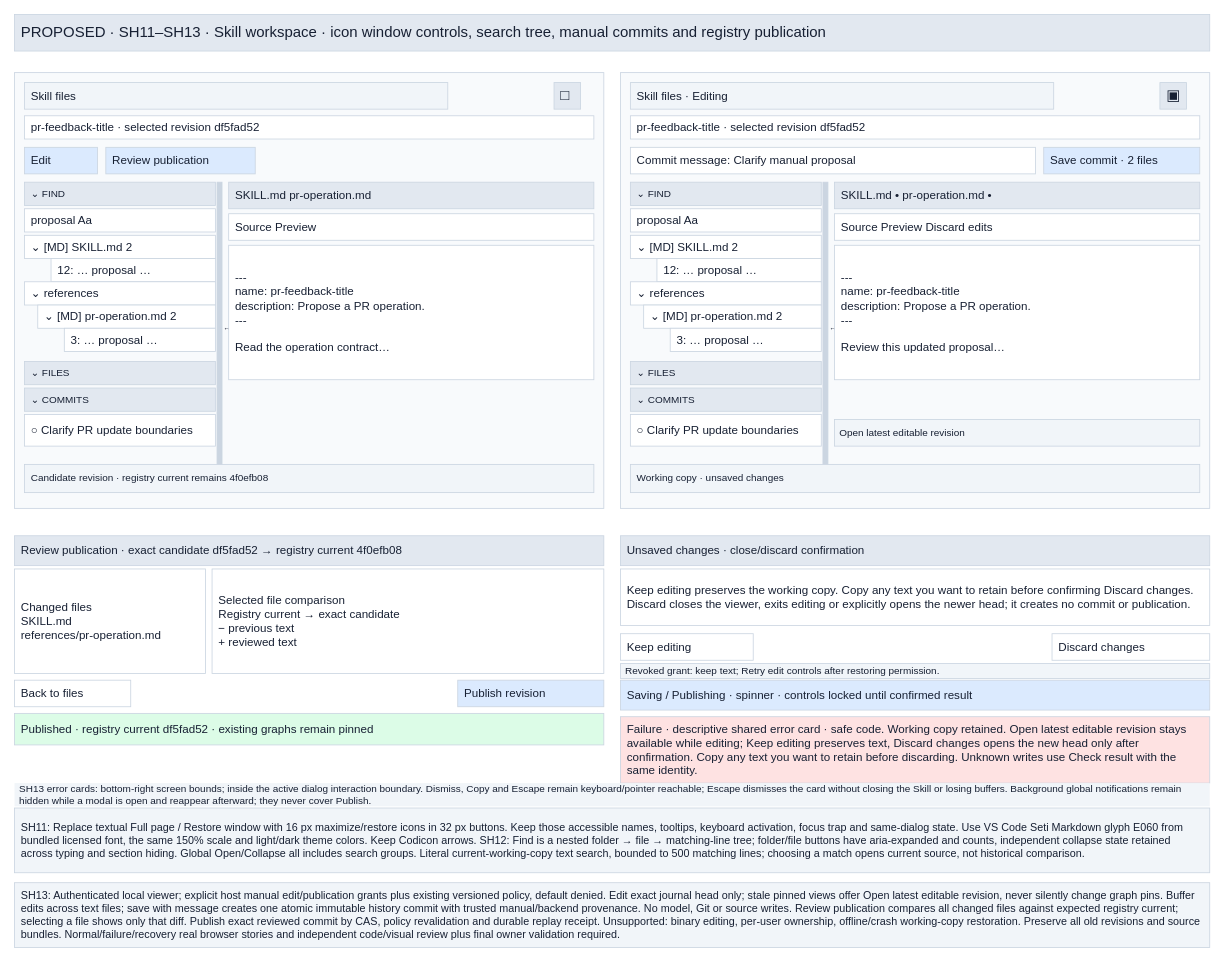
The draw.io diagram page "Skill workspace editing and publication" (6 of 6) of projects/laomedo/subsystems/skill-registry/design/skill-files.drawio in amadou-6e/specs, before the edit. Source tidied: cells renumbered, new cells numbered last; positions are measured from the earlier drawing's top-left corner, leaving out a move shared by most shapes. Both pictures are drawn from the tidied source at 83%, with x=0, y=0 at pixel (14, 14).
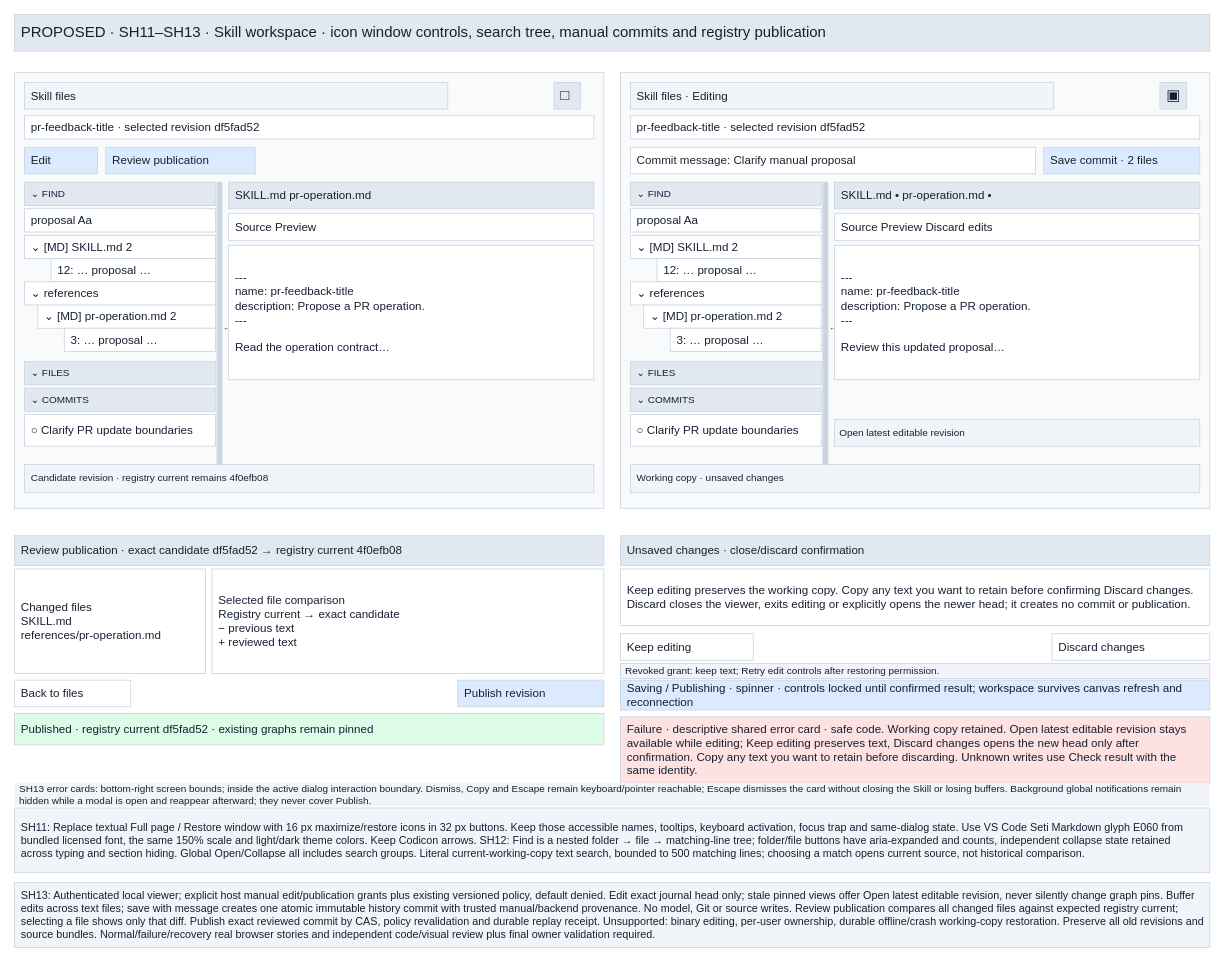
Above is the later version.

Commit message (it also covers changes not shown here):
Retain manual Skill state across canvas reconnection

Diff of the diagram source:
```diff
@@
-    <mxCell id="55" value="Saving / Publishing · spinner · controls locked until confirmed result" style="rounded=0;whiteSpace=wrap;html=0;fillColor=#dbeafe;strokeColor=#cbd5e1;fontColor=#172033;fontFamily=Arial;fontSize=14;align=left;verticalAlign=middle;spacing=8;" parent="1" vertex="1">
+    <mxCell id="55" value="Saving / Publishing · spinner · controls locked until confirmed result; workspace survives canvas refresh and reconnection" style="rounded=0;whiteSpace=wrap;html=0;fillColor=#dbeafe;strokeColor=#cbd5e1;fontColor=#172033;fontFamily=Arial;fontSize=14;align=left;verticalAlign=middle;spacing=8;" parent="1" vertex="1">
       <mxGeometry x="730" y="802" width="710" height="36" as="geometry" />
     </mxCell>
@@
-    <mxCell id="58" value="SH13: Authenticated local viewer; explicit host manual edit/publication grants plus existing versioned policy, default denied. Edit exact journal head only; stale pinned views offer Open latest editable revision, never silently change graph pins. Buffer edits across text files; save with message creates one atomic immutable history commit with trusted manual/backend provenance. No model, Git or source writes. Review publication compares all changed files against expected registry current; selecting a file shows only that diff. Publish exact reviewed commit by CAS, policy revalidation and durable replay receipt. Unsupported: binary editing, per-user ownership, offline/crash working-copy restoration. Preserve all old revisions and source bundles. Normal/failure/recovery real browser stories and independent code/visual review plus final owner validation required." style="rounded=0;whiteSpace=wrap;html=0;fillColor=#f1f5f9;strokeColor=#cbd5e1;fontColor=#172033;fontFamily=Arial;fontSize=13;align=left;verticalAlign=middle;spacing=8;" parent="1" vertex="1">
+    <mxCell id="58" value="SH13: Authenticated local viewer; explicit host manual edit/publication grants plus existing versioned policy, default denied. Edit exact journal head only; stale pinned views offer Open latest editable revision, never silently change graph pins. Buffer edits across text files; save with message creates one atomic immutable history commit with trusted manual/backend provenance. No model, Git or source writes. Review publication compares all changed files against expected registry current; selecting a file shows only that diff. Publish exact reviewed commit by CAS, policy revalidation and durable replay receipt. Unsupported: binary editing, per-user ownership, durable offline/crash working-copy restoration. Preserve all old revisions and source bundles. Normal/failure/recovery real browser stories and independent code/visual review plus final owner validation required." style="rounded=0;whiteSpace=wrap;html=0;fillColor=#f1f5f9;strokeColor=#cbd5e1;fontColor=#172033;fontFamily=Arial;fontSize=13;align=left;verticalAlign=middle;spacing=8;" parent="1" vertex="1">
       <mxGeometry y="1046" width="1440" height="78" as="geometry" />
     </mxCell>
```
